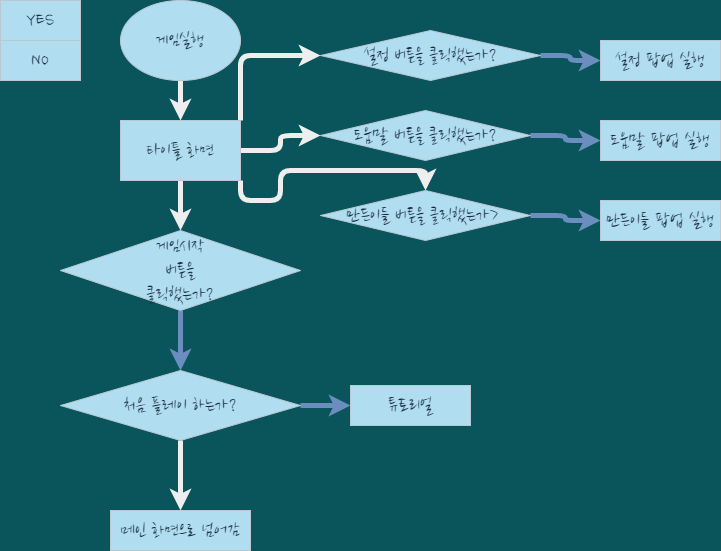
Above: gameplay_flowchat.drawio.png in kinesis19/stac_project_SME (draw.io), before the change. Source tidied: cells renumbered, new cells last; positions are measured from the earlier drawing's top-left corner, leaving out a move shared by most shapes.
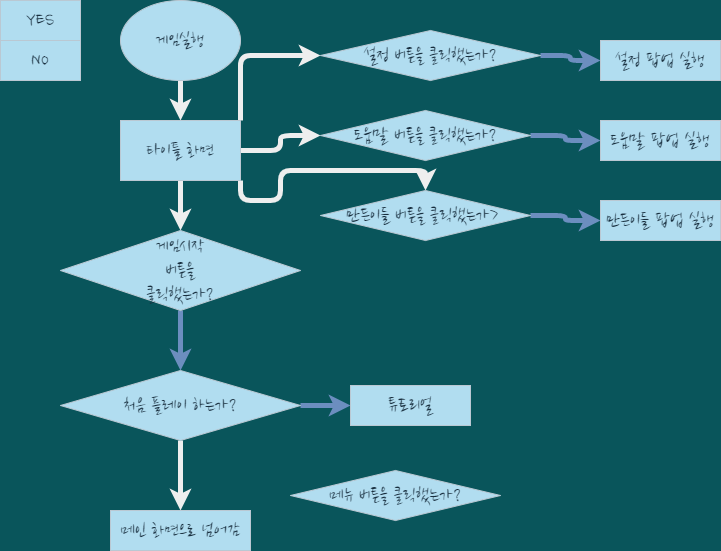
The same file after the commit.

The edit, as a diff of the source:
```diff
@@ -79,5 +79,8 @@
     <mxCell id="26" value="메인 화면으로 넘어감" style="rounded=0;whiteSpace=wrap;html=1;sketch=0;fontFamily=Nanum Brush Script;fontSource=https%3A%2F%2Ffonts.googleapis.com%2Fcss%3Ffamily%3DNanum%2BBrush%2BScript;fontSize=20;fillColor=#B1DDF0;strokeColor=#BAC8D3;fontColor=#182E3E;" parent="1" vertex="1">
       <mxGeometry x="110" y="510" width="140" height="40" as="geometry" />
     </mxCell>
+    <mxCell id="27" value="메뉴 버튼을 클릭했는가?" style="rhombus;whiteSpace=wrap;html=1;rounded=0;sketch=0;fontFamily=Nanum Brush Script;fontSource=https%3A%2F%2Ffonts.googleapis.com%2Fcss%3Ffamily%3DNanum%2BBrush%2BScript;fontSize=20;fillColor=#B1DDF0;strokeColor=#BAC8D3;fontColor=#182E3E;" parent="1" vertex="1">
+      <mxGeometry x="290" y="470" width="210" height="50" as="geometry" />
+    </mxCell>
   </root>
 </mxGraphModel>
```
